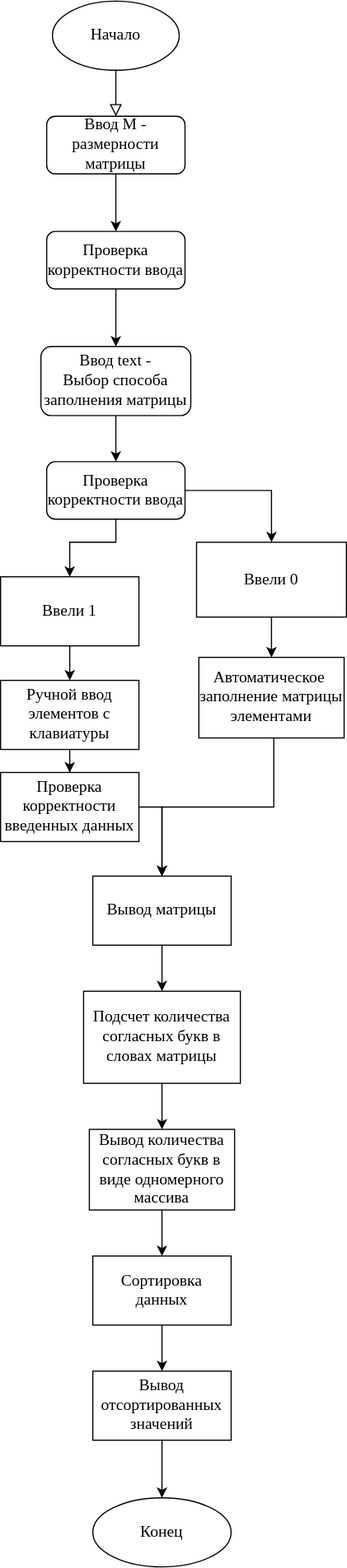
This is практика/инфа/12/diagrams_main.drawio.svg from TimmmofeyD/lessons, a draw.io export, as it was before one commit. Source tidied: cells renumbered, new cells last; positions are measured from the earlier drawing's top-left corner, leaving out a move shared by most shapes.
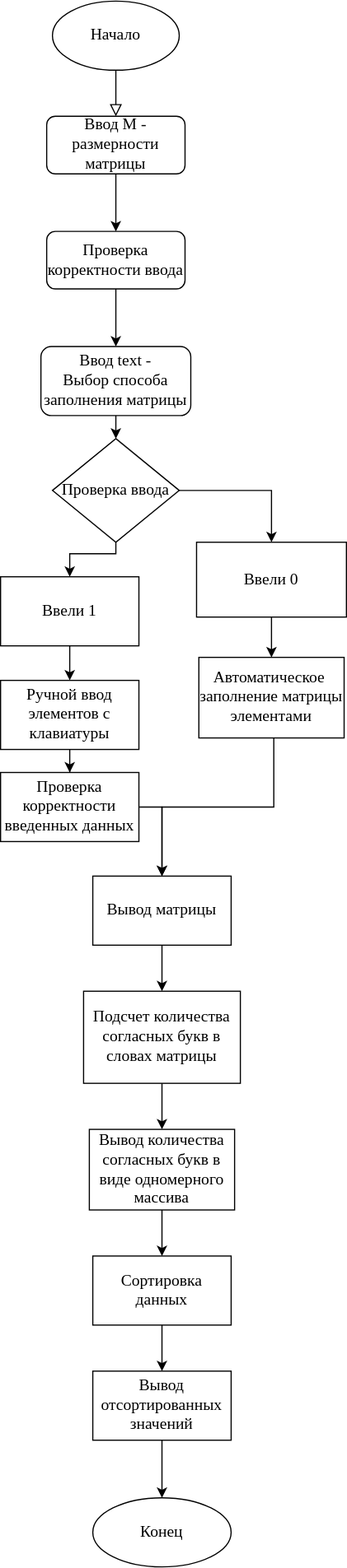
The same file after the commit.

Diff of the diagram source:
```diff
@@ -31,7 +31,7 @@
     <mxCell id="10" value="Проверка корректности ввода" style="text;html=1;strokeColor=none;fillColor=none;align=center;verticalAlign=middle;whiteSpace=wrap;rounded=0;fontFamily=Times New Roman;fontSize=14;" parent="1" vertex="1">
       <mxGeometry x="40" y="200" width="120" height="50" as="geometry" />
     </mxCell>
-    <mxCell id="11" style="edgeStyle=orthogonalEdgeStyle;rounded=0;jettySize=auto;html=1;exitX=0.5;exitY=1;exitDx=0;exitDy=0;entryX=0.5;entryY=0;entryDx=0;entryDy=0;fontFamily=Times New Roman;fontSize=14;" parent="1" edge="1" source="12" target="17">
+    <mxCell id="11" style="edgeStyle=orthogonalEdgeStyle;rounded=0;jettySize=auto;html=1;exitX=0.5;exitY=1;exitDx=0;exitDy=0;entryX=0.5;entryY=0;entryDx=0;entryDy=0;fontFamily=Times New Roman;fontSize=14;" parent="1" edge="1" source="12" target="39">
       <mxGeometry relative="1" as="geometry" />
     </mxCell>
     <mxCell id="12" style="rounded=1;whiteSpace=wrap;html=1;fontFamily=Times New Roman;fontSize=14;" parent="1" vertex="1">
@@ -40,23 +40,17 @@
     <mxCell id="13" value="Ввод text -&lt;br&gt;Выбор способа заполнения матрицы" style="text;html=1;strokeColor=none;fillColor=none;align=center;verticalAlign=middle;whiteSpace=wrap;rounded=0;fontFamily=Times New Roman;fontSize=14;" parent="1" vertex="1">
       <mxGeometry x="30" y="295" width="140" height="70" as="geometry" />
     </mxCell>
-    <mxCell id="14" style="rounded=1;whiteSpace=wrap;html=1;fontFamily=Times New Roman;fontSize=14;" parent="1" vertex="1">
-      <mxGeometry x="40" y="400" width="120" height="50" as="geometry" />
-    </mxCell>
-    <mxCell id="15" style="edgeStyle=orthogonalEdgeStyle;rounded=0;jettySize=auto;html=1;fontFamily=Times New Roman;fontSize=14;" parent="1" edge="1" source="17" target="19">
+    <mxCell id="15" style="edgeStyle=orthogonalEdgeStyle;rounded=0;jettySize=auto;html=1;fontFamily=Times New Roman;fontSize=14;exitX=1;exitY=0.5;exitDx=0;exitDy=0;entryX=0.5;entryY=0;entryDx=0;entryDy=0;" parent="1" edge="1" source="39" target="19">
       <mxGeometry relative="1" as="geometry" />
     </mxCell>
-    <mxCell id="16" style="edgeStyle=orthogonalEdgeStyle;rounded=0;jettySize=auto;html=1;fontFamily=Times New Roman;fontSize=14;exitX=0.5;exitY=1;exitDx=0;exitDy=0;entryX=0.5;entryY=0;entryDx=0;entryDy=0;" parent="1" edge="1" source="17" target="21">
+    <mxCell id="16" style="edgeStyle=orthogonalEdgeStyle;rounded=0;jettySize=auto;html=1;fontFamily=Times New Roman;fontSize=14;exitX=0.5;exitY=1;exitDx=0;exitDy=0;entryX=0.5;entryY=0;entryDx=0;entryDy=0;" parent="1" edge="1" source="39" target="21">
       <mxGeometry relative="1" as="geometry">
         <Array as="points">
-          <mxPoint x="100" y="470" />
-          <mxPoint x="60" y="470" />
+          <mxPoint x="100" y="480" />
+          <mxPoint x="60" y="480" />
         </Array>
       </mxGeometry>
     </mxCell>
-    <mxCell id="17" value="Проверка корректности ввода" style="text;html=1;strokeColor=none;fillColor=none;align=center;verticalAlign=middle;whiteSpace=wrap;rounded=0;fontFamily=Times New Roman;fontSize=14;" parent="1" vertex="1">
-      <mxGeometry x="40" y="400" width="120" height="50" as="geometry" />
-    </mxCell>
     <mxCell id="18" style="edgeStyle=orthogonalEdgeStyle;rounded=0;jettySize=auto;html=1;fontFamily=Times New Roman;fontSize=14;" parent="1" edge="1" source="19" target="27">
       <mxGeometry relative="1" as="geometry" />
     </mxCell>
@@ -125,5 +119,8 @@
     <mxCell id="38" value="Конец" style="ellipse;whiteSpace=wrap;html=1;fontFamily=Times New Roman;fontSize=14;" parent="1" vertex="1">
       <mxGeometry x="80" y="1300" width="120" height="60" as="geometry" />
     </mxCell>
+    <mxCell id="39" value="&lt;font style=&quot;font-size: 14px;&quot; face=&quot;Times New Roman&quot;&gt;Проверка ввода&lt;/font&gt;" style="rhombus;whiteSpace=wrap;html=1;" parent="1" vertex="1">
+      <mxGeometry x="45" y="380" width="110" height="90" as="geometry" />
+    </mxCell>
   </root>
 </mxGraphModel>
```
